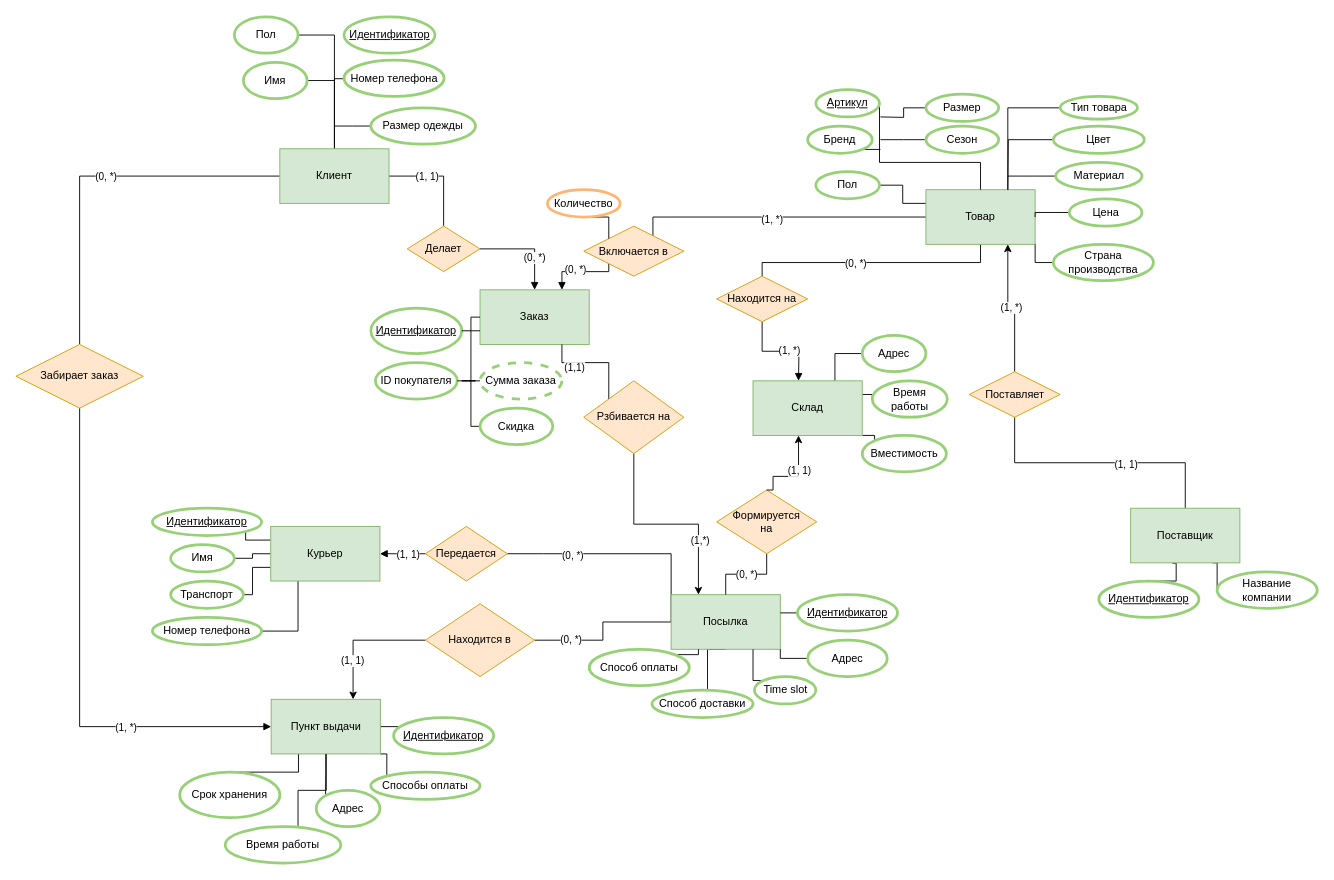
Before: er.drawio in sweetd0ve/DBMS-project, a draw.io diagram. Source tidied: cells renumbered, new cells numbered last; positions are measured from the earlier drawing's top-left corner, leaving out a move shared by most shapes. Both pictures are drawn from the tidied source at 91%, with x=0, y=0 at pixel (15, 16).
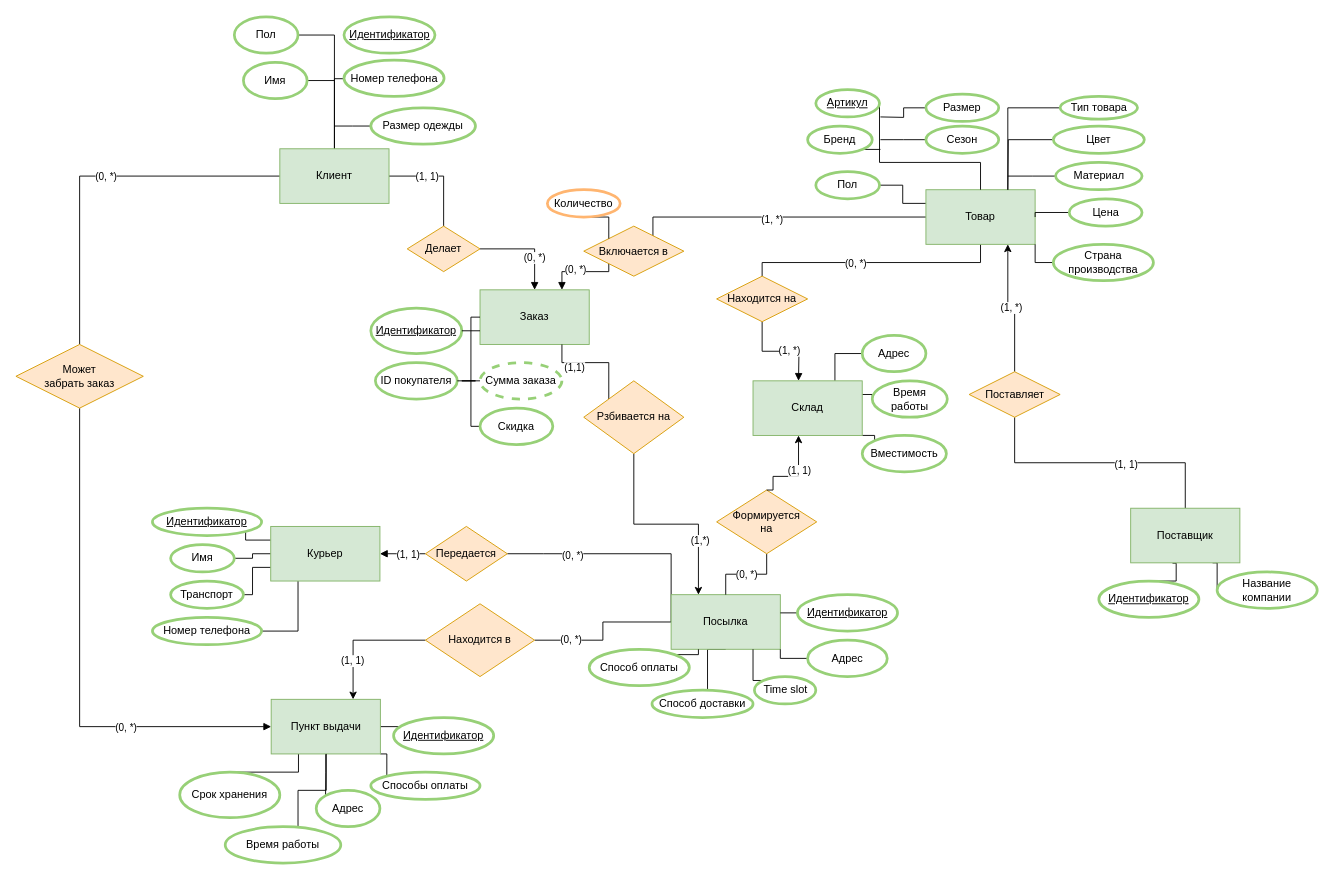
Above is the later version.

The change refers to these unchanged cells:
```xml
<mxCell id="107" style="edgeStyle=orthogonalEdgeStyle;rounded=0;jettySize=auto;html=1;exitX=0.5;exitY=1;exitDx=0;exitDy=0;entryX=0;entryY=0.5;entryDx=0;entryDy=0;endArrow=block;endFill=1;" parent="1" edge="1" source="109" target="100">
  <mxGeometry relative="1" as="geometry" />
</mxCell>
```

The edit, as a diff of the source:
```diff
@@
-    <mxCell id="108" value="(1, *)" style="edgeLabel;html=1;align=center;verticalAlign=middle;" parent="107" vertex="1">
+    <mxCell id="108" value="(0, *)" style="edgeLabel;html=1;align=center;verticalAlign=middle;" parent="107" vertex="1">
       <mxGeometry x="0.85" y="-1" relative="1" as="geometry">
         <mxPoint x="-118" y="-1" as="offset" />
       </mxGeometry>
     </mxCell>
-    <mxCell id="109" value="Забирает заказ" style="rhombus;whiteSpace=wrap;html=1;fillColor=#ffe6cc;strokeColor=#d79b00;" parent="1" vertex="1">
+    <mxCell id="109" value="Может&lt;br&gt;забрать заказ" style="rhombus;whiteSpace=wrap;html=1;fillColor=#ffe6cc;strokeColor=#d79b00;" parent="1" vertex="1">
       <mxGeometry y="360" width="140" height="70" as="geometry" />
     </mxCell>
```
